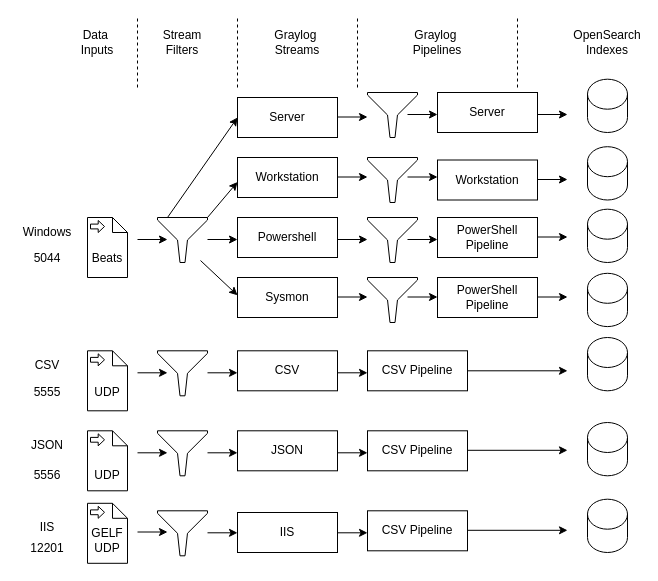
Before: images/graylog-architecture.drawio in JCSC-JE/Graylog-IR, a draw.io diagram. Source tidied: cells renumbered, new cells numbered last; positions are measured from the earlier drawing's top-left corner, leaving out a move shared by most shapes. Both pictures are drawn from the tidied source at 100%, with x=0, y=0 at pixel (17, 17).
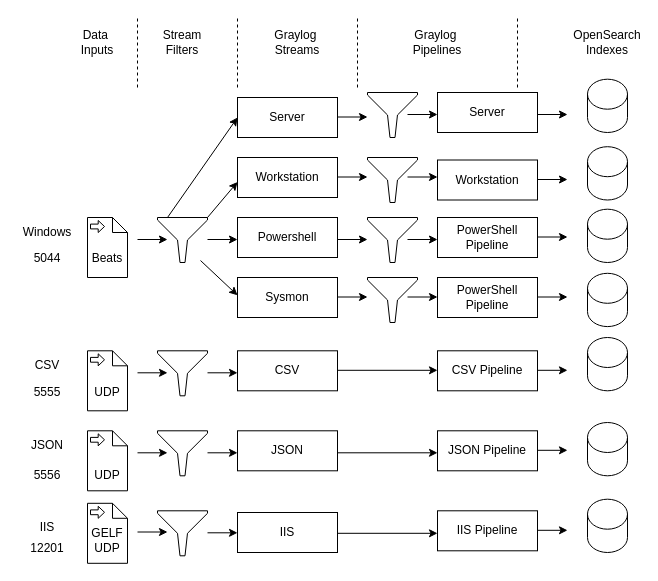
The same diagram, later.

The edit, as a diff of the source:
```diff
@@
     <mxCell id="33" style="endArrow=classic;html=1;rounded=0;" parent="1" edge="1">
       <mxGeometry relative="1" as="geometry">
-        <mxPoint x="320" y="355.3" as="sourcePoint" />
-        <mxPoint x="350" y="355.3" as="targetPoint" />
+        <mxPoint x="520" y="352.8" as="sourcePoint" />
+        <mxPoint x="550" y="352.8" as="targetPoint" />
       </mxGeometry>
     </mxCell>
     <mxCell id="34" style="endArrow=classic;html=1;rounded=0;" parent="1" edge="1">
       <mxGeometry relative="1" as="geometry">
-        <mxPoint x="320" y="435.3" as="sourcePoint" />
-        <mxPoint x="350" y="435.3" as="targetPoint" />
+        <mxPoint x="520" y="432.8" as="sourcePoint" />
+        <mxPoint x="550" y="432.8" as="targetPoint" />
       </mxGeometry>
     </mxCell>
     <mxCell id="35" style="endArrow=classic;html=1;rounded=0;" parent="1" edge="1">
       <mxGeometry relative="1" as="geometry">
-        <mxPoint x="320" y="515.3" as="sourcePoint" />
-        <mxPoint x="350" y="515.3" as="targetPoint" />
+        <mxPoint x="520" y="512.8" as="sourcePoint" />
+        <mxPoint x="550" y="512.8" as="targetPoint" />
       </mxGeometry>
     </mxCell>
@@
-    <mxCell id="41" value="CSV Pipeline" style="rounded=0;whiteSpace=wrap;html=1;" parent="1" vertex="1">
-      <mxGeometry x="350" y="413.3" width="100" height="40" as="geometry" />
+    <mxCell id="41" value="JSON Pipeline" style="rounded=0;whiteSpace=wrap;html=1;" parent="1" vertex="1">
+      <mxGeometry x="420" y="413.3" width="100" height="40" as="geometry" />
     </mxCell>
     <mxCell id="42" value="CSV Pipeline" style="rounded=0;whiteSpace=wrap;html=1;" parent="1" vertex="1">
-      <mxGeometry x="350" y="333.3" width="100" height="40" as="geometry" />
+      <mxGeometry x="420" y="333.3" width="100" height="40" as="geometry" />
     </mxCell>
@@
-    <mxCell id="58" value="CSV Pipeline" style="rounded=0;whiteSpace=wrap;html=1;" parent="1" vertex="1">
-      <mxGeometry x="350" y="493.3" width="100" height="40" as="geometry" />
+    <mxCell id="58" value="IIS Pipeline" style="rounded=0;whiteSpace=wrap;html=1;" parent="1" vertex="1">
+      <mxGeometry x="420" y="493.3" width="100" height="40" as="geometry" />
     </mxCell>
@@
-    <mxCell id="62" style="endArrow=classic;html=1;rounded=0;exitX=1;exitY=0.5;exitDx=0;exitDy=0;" parent="1" edge="1" source="42">
-      <mxGeometry relative="1" as="geometry">
-        <mxPoint x="550" y="353.3" as="targetPoint" />
-      </mxGeometry>
-    </mxCell>
     <mxCell id="63" style="endArrow=classic;html=1;rounded=0;exitX=1;exitY=0.5;exitDx=0;exitDy=0;" parent="1" edge="1">
       <mxGeometry relative="1" as="geometry">
-        <mxPoint x="450" y="432.8" as="sourcePoint" />
-        <mxPoint x="550" y="432.8" as="targetPoint" />
+        <mxPoint x="320" y="515.8" as="sourcePoint" />
+        <mxPoint x="420" y="515.8" as="targetPoint" />
       </mxGeometry>
     </mxCell>
     <mxCell id="64" style="endArrow=classic;html=1;rounded=0;exitX=1;exitY=0.5;exitDx=0;exitDy=0;" parent="1" edge="1">
       <mxGeometry relative="1" as="geometry">
-        <mxPoint x="450" y="512.8" as="sourcePoint" />
-        <mxPoint x="550" y="512.8" as="targetPoint" />
+        <mxPoint x="320" y="435.3" as="sourcePoint" />
+        <mxPoint x="420" y="435.3" as="targetPoint" />
       </mxGeometry>
     </mxCell>
@@
+    <mxCell id="85" style="endArrow=classic;html=1;rounded=0;exitX=1;exitY=0.5;exitDx=0;exitDy=0;" parent="1" edge="1">
+      <mxGeometry relative="1" as="geometry">
+        <mxPoint x="320" y="352.8" as="sourcePoint" />
+        <mxPoint x="420" y="352.8" as="targetPoint" />
+      </mxGeometry>
+    </mxCell>
```
